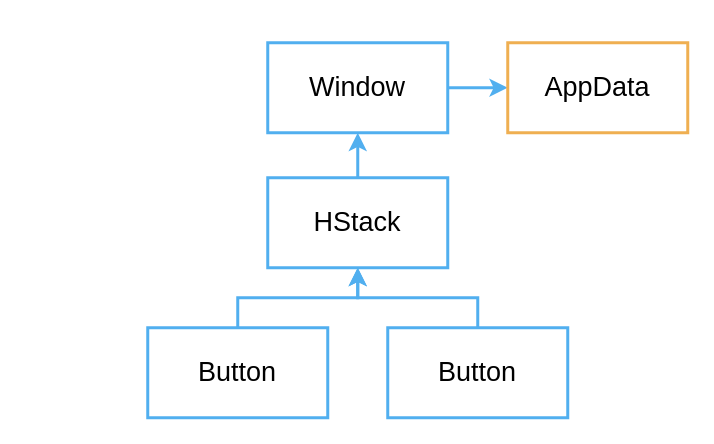
Earlier version of the draw.io diagram src/img/tree.drawio (vizia/vizia-book). Source tidied: cells renumbered, new cells numbered last; positions are measured from the earlier drawing's top-left corner, leaving out a move shared by most shapes. Both pictures are drawn from the tidied source at 150%, with x=0, y=0 at pixel (147, 42).
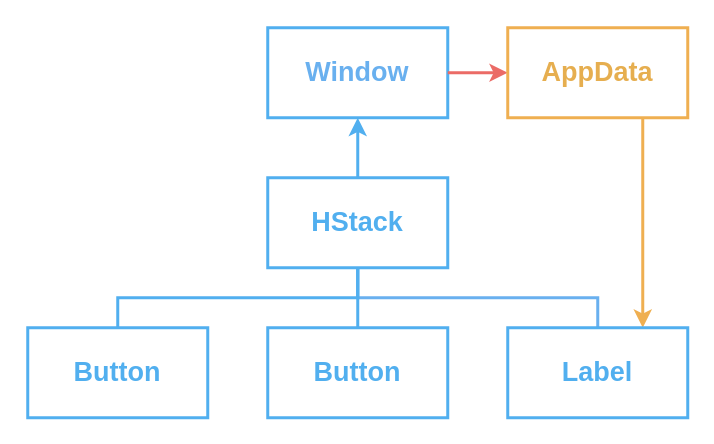
The same page after the edit.

What changed in the source:
```diff
@@
 <mxGraphModel>
   <root>
     <mxCell id="0" />
     <mxCell id="1" parent="0" />
-    <mxCell id="2" style="edgeStyle=orthogonalEdgeStyle;rounded=0;jettySize=auto;html=1;strokeColor=#51AFEF;strokeWidth=2;" parent="1" edge="1" source="3" target="4">
-      <mxGeometry relative="1" as="geometry" />
-    </mxCell>
+    <mxCell id="11" style="edgeStyle=orthogonalEdgeStyle;rounded=0;jettySize=auto;html=1;entryX=0.5;entryY=1;entryDx=0;entryDy=0;strokeColor=#69b0ef;strokeWidth=2;endArrow=none;endFill=0;" parent="1" edge="1" source="15" target="6">
+      <mxGeometry relative="1" as="geometry">
+        <Array as="points">
+          <mxPoint x="300" y="170" />
+          <mxPoint x="140" y="170" />
+        </Array>
+      </mxGeometry>
+    </mxCell>
-    <mxCell id="3" value="&lt;font style=&quot;font-size: 18px;&quot;&gt;Window&lt;/font&gt;" style="rounded=0;whiteSpace=wrap;html=1;strokeColor=#51AFEF;strokeWidth=2;" parent="1" vertex="1">
-      <mxGeometry x="80" width="120" height="60" as="geometry" />
+    <mxCell id="3" value="&lt;font color=&quot;#69b0ef&quot; style=&quot;font-size: 18px;&quot;&gt;&lt;b&gt;Window&lt;/b&gt;&lt;/font&gt;" style="rounded=0;whiteSpace=wrap;html=1;strokeColor=#51AFEF;strokeWidth=2;fillColor=none;" parent="1" vertex="1">
+      <mxGeometry x="80" y="-10" width="120" height="60" as="geometry" />
     </mxCell>
+    <mxCell id="12" style="edgeStyle=orthogonalEdgeStyle;rounded=0;jettySize=auto;html=1;strokeColor=#EB6B66;strokeWidth=2;fontColor=#e6ae4f;endArrow=none;endFill=0;startArrow=classic;startFill=1;" parent="1" edge="1" source="4" target="3">
+      <mxGeometry relative="1" as="geometry" />
+    </mxCell>
+    <mxCell id="13" style="edgeStyle=orthogonalEdgeStyle;rounded=0;jettySize=auto;html=1;entryX=0.75;entryY=0;entryDx=0;entryDy=0;strokeColor=#EFAF51;strokeWidth=2;fontColor=#e6ae4f;startArrow=none;startFill=0;endArrow=classic;endFill=1;" parent="1" edge="1" source="4" target="15">
+      <mxGeometry relative="1" as="geometry">
+        <Array as="points">
+          <mxPoint x="330" y="80" />
+          <mxPoint x="330" y="80" />
+        </Array>
+      </mxGeometry>
+    </mxCell>
-    <mxCell id="4" value="&lt;font style=&quot;font-size: 18px;&quot;&gt;AppData&lt;/font&gt;" style="rounded=0;whiteSpace=wrap;html=1;strokeColor=#EFAF51;strokeWidth=2;" parent="1" vertex="1">
-      <mxGeometry x="240" width="120" height="60" as="geometry" />
+    <mxCell id="4" value="&lt;font color=&quot;#e6ae4f&quot; style=&quot;font-size: 18px;&quot;&gt;&lt;b&gt;AppData&lt;/b&gt;&lt;/font&gt;" style="rounded=0;whiteSpace=wrap;html=1;strokeColor=#EFAF51;strokeWidth=2;fillColor=none;" parent="1" vertex="1">
+      <mxGeometry x="240" y="-10" width="120" height="60" as="geometry" />
     </mxCell>
-    <mxCell id="5" style="edgeStyle=orthogonalEdgeStyle;rounded=0;jettySize=auto;html=1;strokeWidth=2;fillColor=#dae8fc;strokeColor=#51AFEF;" parent="1" edge="1" source="6" target="3">
+    <mxCell id="5" style="edgeStyle=orthogonalEdgeStyle;rounded=0;jettySize=auto;html=1;strokeWidth=2;fillColor=#dae8fc;strokeColor=#51AFEF;endArrow=classic;endFill=1;" parent="1" edge="1" source="6" target="3">
       <mxGeometry relative="1" as="geometry" />
     </mxCell>
+    <mxCell id="14" style="edgeStyle=orthogonalEdgeStyle;rounded=0;jettySize=auto;html=1;strokeColor=#51AFEF;strokeWidth=2;fontColor=#e6ae4f;startArrow=none;startFill=0;endArrow=none;endFill=0;" parent="1" edge="1" source="6" target="10">
+      <mxGeometry relative="1" as="geometry" />
+    </mxCell>
-    <mxCell id="6" value="&lt;font style=&quot;font-size: 18px;&quot;&gt;HStack&lt;/font&gt;" style="rounded=0;whiteSpace=wrap;html=1;strokeColor=#51AFEF;strokeWidth=2;" parent="1" vertex="1">
+    <mxCell id="6" value="&lt;font color=&quot;#51afef&quot; style=&quot;font-size: 18px;&quot;&gt;&lt;b&gt;HStack&lt;/b&gt;&lt;/font&gt;" style="rounded=0;whiteSpace=wrap;html=1;strokeColor=#51AFEF;strokeWidth=2;fillColor=none;" parent="1" vertex="1">
       <mxGeometry x="80" y="90" width="120" height="60" as="geometry" />
     </mxCell>
-    <mxCell id="7" style="edgeStyle=orthogonalEdgeStyle;rounded=0;jettySize=auto;html=1;entryX=0.5;entryY=1;entryDx=0;entryDy=0;strokeColor=#51AFEF;strokeWidth=2;" parent="1" edge="1" source="8" target="6">
-      <mxGeometry relative="1" as="geometry" />
+    <mxCell id="7" style="edgeStyle=orthogonalEdgeStyle;rounded=0;jettySize=auto;html=1;entryX=0.5;entryY=1;entryDx=0;entryDy=0;strokeWidth=2;fillColor=#f8cecc;strokeColor=#51AFEF;endArrow=none;endFill=0;" parent="1" edge="1" source="8" target="6">
+      <mxGeometry relative="1" as="geometry">
+        <Array as="points">
+          <mxPoint x="-20" y="170" />
+          <mxPoint x="140" y="170" />
+        </Array>
+      </mxGeometry>
     </mxCell>
-    <mxCell id="8" value="&lt;font style=&quot;font-size: 18px;&quot;&gt;Button&lt;/font&gt;" style="rounded=0;whiteSpace=wrap;html=1;strokeColor=#51AFEF;strokeWidth=2;" parent="1" vertex="1">
-      <mxGeometry y="190" width="120" height="60" as="geometry" />
+    <mxCell id="8" value="&lt;font color=&quot;#51afef&quot; style=&quot;font-size: 18px;&quot;&gt;&lt;b&gt;Button&lt;/b&gt;&lt;/font&gt;" style="rounded=0;whiteSpace=wrap;html=1;strokeColor=#51AFEF;strokeWidth=2;fillColor=none;" parent="1" vertex="1">
+      <mxGeometry x="-80" y="190" width="120" height="60" as="geometry" />
     </mxCell>
-    <mxCell id="9" style="edgeStyle=orthogonalEdgeStyle;rounded=0;jettySize=auto;html=1;entryX=0.5;entryY=1;entryDx=0;entryDy=0;fillColor=#cce5ff;strokeColor=#51AFEF;strokeWidth=2;" parent="1" edge="1" source="10" target="6">
-      <mxGeometry relative="1" as="geometry" />
-    </mxCell>
-    <mxCell id="10" value="&lt;font style=&quot;font-size: 18px;&quot;&gt;Button&lt;/font&gt;" style="rounded=0;whiteSpace=wrap;html=1;strokeWidth=2;strokeColor=#51AFEF;" parent="1" vertex="1">
-      <mxGeometry x="160" y="190" width="120" height="60" as="geometry" />
+    <mxCell id="10" value="&lt;font color=&quot;#51afef&quot; style=&quot;font-size: 18px;&quot;&gt;&lt;b&gt;Button&lt;/b&gt;&lt;/font&gt;" style="rounded=0;whiteSpace=wrap;html=1;strokeWidth=2;strokeColor=#51AFEF;fillColor=none;" parent="1" vertex="1">
+      <mxGeometry x="80" y="190" width="120" height="60" as="geometry" />
     </mxCell>
+    <mxCell id="15" value="&lt;font color=&quot;#51afef&quot; style=&quot;font-size: 18px;&quot;&gt;&lt;b&gt;Label&lt;/b&gt;&lt;/font&gt;" style="rounded=0;whiteSpace=wrap;html=1;strokeWidth=2;strokeColor=#51AFEF;fillColor=none;" parent="1" vertex="1">
+      <mxGeometry x="240" y="190" width="120" height="60" as="geometry" />
+    </mxCell>
   </root>
 </mxGraphModel>
```
